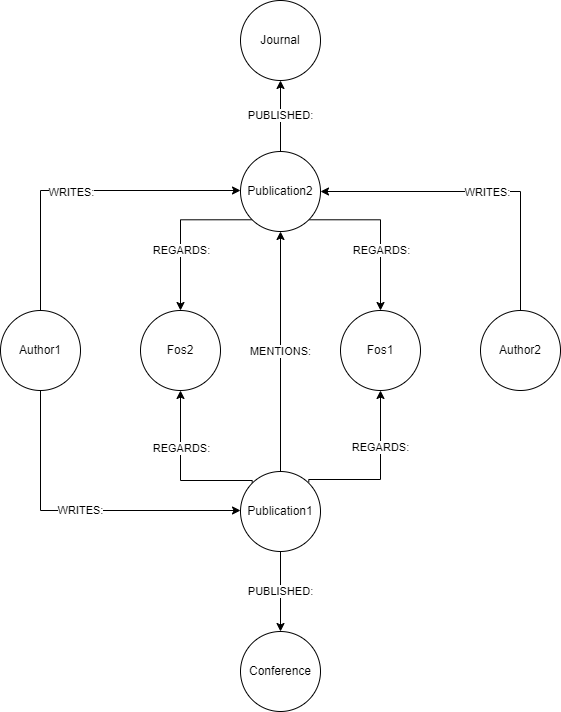
The draw.io diagram Report/Images/graphDiagram.png in neekoo0/SMBUDproject22-23, before a commit. Source tidied: cells renumbered, new cells last; positions are measured from the earlier drawing's top-left corner, leaving out a move shared by most shapes.
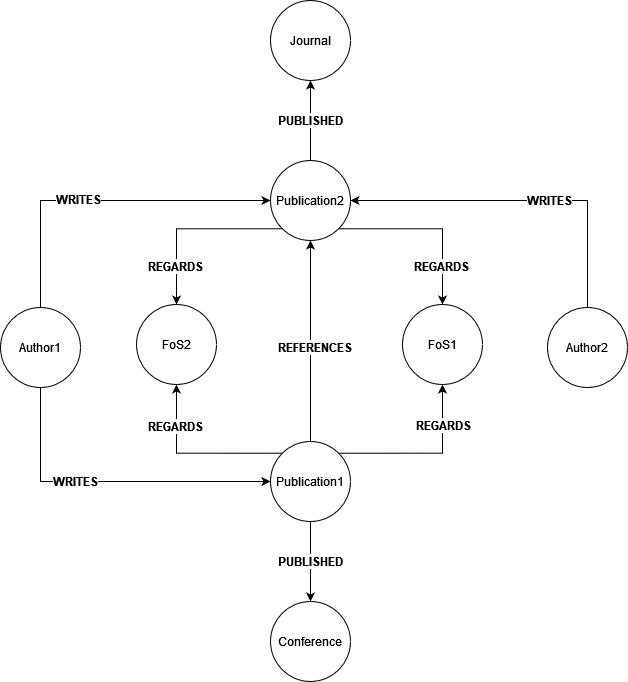
After the change.

What changed in the source:
```diff
@@ -2,111 +2,99 @@
   <root>
     <mxCell id="0" />
     <mxCell id="1" parent="0" />
+    <mxCell id="25" style="edgeStyle=orthogonalEdgeStyle;rounded=0;jettySize=auto;html=1;exitX=0;exitY=1;exitDx=0;exitDy=0;entryX=0.5;entryY=0;entryDx=0;entryDy=0;fontSize=12;" parent="1" edge="1" source="14" target="34">
+      <mxGeometry relative="1" as="geometry" />
+    </mxCell>
+    <mxCell id="26" value="&lt;b&gt;REGARDS&lt;/b&gt;" style="edgeLabel;html=1;align=center;verticalAlign=middle;fontSize=12;" parent="25" vertex="1">
+      <mxGeometry x="0.49" y="-2" relative="1" as="geometry">
+        <mxPoint y="8" as="offset" />
+      </mxGeometry>
+    </mxCell>
+    <mxCell id="27" style="edgeStyle=orthogonalEdgeStyle;rounded=0;jettySize=auto;html=1;exitX=1;exitY=1;exitDx=0;exitDy=0;entryX=0.5;entryY=0;entryDx=0;entryDy=0;fontSize=12;" parent="1" edge="1" source="14" target="35">
+      <mxGeometry relative="1" as="geometry" />
+    </mxCell>
+    <mxCell id="28" value="&lt;b&gt;REGARDS&lt;/b&gt;" style="edgeLabel;html=1;align=center;verticalAlign=middle;fontSize=12;" parent="27" vertex="1">
+      <mxGeometry y="-4" relative="1" as="geometry">
+        <mxPoint x="12" y="33" as="offset" />
+      </mxGeometry>
+    </mxCell>
+    <mxCell id="9" value="&lt;b&gt;PUBLISHED&lt;/b&gt;" style="edgeStyle=orthogonalEdgeStyle;rounded=0;jettySize=auto;html=1;exitX=0.5;exitY=0;exitDx=0;exitDy=0;entryX=0.5;entryY=1;entryDx=0;entryDy=0;fontSize=12;" parent="1" edge="1" source="14" target="17">
+      <mxGeometry relative="1" as="geometry" />
+    </mxCell>
+    <mxCell id="14" value="Publication2" style="ellipse;whiteSpace=wrap;html=1;" parent="1" vertex="1">
+      <mxGeometry x="294" y="149" width="80" height="80" as="geometry" />
+    </mxCell>
+    <mxCell id="22" style="edgeStyle=orthogonalEdgeStyle;rounded=0;jettySize=auto;html=1;exitX=0.5;exitY=0;exitDx=0;exitDy=0;entryX=0.5;entryY=1;entryDx=0;entryDy=0;" parent="1" edge="1" source="23" target="14">
+      <mxGeometry relative="1" as="geometry" />
+    </mxCell>
+    <mxCell id="29" value="&lt;font size=&quot;1&quot;&gt;&lt;b style=&quot;font-size: 12px;&quot;&gt;REFERENCES&lt;/b&gt;&lt;/font&gt;" style="edgeLabel;html=1;align=center;verticalAlign=middle;" parent="22" vertex="1">
+      <mxGeometry x="-0.24" y="-3" relative="1" as="geometry">
+        <mxPoint y="-19" as="offset" />
+      </mxGeometry>
+    </mxCell>
+    <mxCell id="30" style="edgeStyle=orthogonalEdgeStyle;rounded=0;jettySize=auto;html=1;exitX=1;exitY=0;exitDx=0;exitDy=0;entryX=0.5;entryY=1;entryDx=0;entryDy=0;fontSize=12;" parent="1" edge="1" source="23" target="35">
+      <mxGeometry relative="1" as="geometry" />
+    </mxCell>
+    <mxCell id="31" value="&lt;b&gt;REGARDS&lt;/b&gt;" style="edgeLabel;html=1;align=center;verticalAlign=middle;fontSize=12;" parent="30" vertex="1">
+      <mxGeometry x="0.36" relative="1" as="geometry">
+        <mxPoint y="-14" as="offset" />
+      </mxGeometry>
+    </mxCell>
+    <mxCell id="32" style="edgeStyle=orthogonalEdgeStyle;rounded=0;jettySize=auto;html=1;exitX=0;exitY=0;exitDx=0;exitDy=0;entryX=0.5;entryY=1;entryDx=0;entryDy=0;fontSize=12;" parent="1" edge="1" source="23" target="34">
+      <mxGeometry relative="1" as="geometry" />
+    </mxCell>
+    <mxCell id="33" value="&lt;b&gt;REGARDS&lt;/b&gt;" style="edgeLabel;html=1;align=center;verticalAlign=middle;fontSize=12;" parent="32" vertex="1">
+      <mxGeometry x="0.28" y="-1" relative="1" as="geometry">
+        <mxPoint x="-3" y="-22" as="offset" />
+      </mxGeometry>
+    </mxCell>
+    <mxCell id="18" value="&lt;b&gt;PUBLISHED&lt;/b&gt;" style="edgeStyle=orthogonalEdgeStyle;rounded=0;jettySize=auto;html=1;exitX=0.5;exitY=1;exitDx=0;exitDy=0;entryX=0.5;entryY=0;entryDx=0;entryDy=0;fontSize=12;" parent="1" edge="1" source="23" target="16">
+      <mxGeometry relative="1" as="geometry" />
+    </mxCell>
+    <mxCell id="23" value="Publication1" style="ellipse;whiteSpace=wrap;html=1;" parent="1" vertex="1">
+      <mxGeometry x="294" y="430" width="80" height="80" as="geometry" />
+    </mxCell>
+    <mxCell id="34" value="FoS2" style="ellipse;whiteSpace=wrap;html=1;fontSize=12;" parent="1" vertex="1">
+      <mxGeometry x="160" y="293" width="80" height="80" as="geometry" />
+    </mxCell>
+    <mxCell id="35" value="FoS1" style="ellipse;whiteSpace=wrap;html=1;fontSize=12;" parent="1" vertex="1">
+      <mxGeometry x="426" y="293" width="80" height="80" as="geometry" />
+    </mxCell>
+    <mxCell id="3" style="edgeStyle=orthogonalEdgeStyle;rounded=0;jettySize=auto;html=1;exitX=0.5;exitY=0;exitDx=0;exitDy=0;entryX=0;entryY=0.5;entryDx=0;entryDy=0;fontSize=12;" parent="1" edge="1" source="5" target="14">
+      <mxGeometry relative="1" as="geometry" />
+    </mxCell>
+    <mxCell id="36" value="&lt;b&gt;WRITES&lt;/b&gt;" style="edgeLabel;html=1;align=center;verticalAlign=middle;fontSize=12;" parent="3" vertex="1">
+      <mxGeometry x="0.15" y="-2" relative="1" as="geometry">
+        <mxPoint x="-50" y="-4" as="offset" />
+      </mxGeometry>
+    </mxCell>
-    <mxCell id="2" value="WRITES:" style="edgeStyle=orthogonalEdgeStyle;rounded=0;jettySize=auto;html=1;exitX=0.5;exitY=1;exitDx=0;exitDy=0;" parent="1" edge="1" source="5" target="23">
-      <mxGeometry relative="1" as="geometry">
-        <Array as="points">
-          <mxPoint x="40" y="510" />
-        </Array>
-      </mxGeometry>
+    <mxCell id="2" style="edgeStyle=orthogonalEdgeStyle;rounded=0;jettySize=auto;html=1;exitX=0.5;exitY=1;exitDx=0;exitDy=0;entryX=0;entryY=0.5;entryDx=0;entryDy=0;fontSize=12;" parent="1" edge="1" source="5" target="23">
+      <mxGeometry relative="1" as="geometry" />
     </mxCell>
-    <mxCell id="3" style="edgeStyle=orthogonalEdgeStyle;rounded=0;jettySize=auto;html=1;exitX=0.5;exitY=0;exitDx=0;exitDy=0;" parent="1" edge="1" source="5" target="14">
-      <mxGeometry relative="1" as="geometry">
-        <Array as="points">
-          <mxPoint x="40" y="190" />
-        </Array>
-      </mxGeometry>
-    </mxCell>
-    <mxCell id="4" value="WRITES:" style="edgeLabel;html=1;align=center;verticalAlign=middle;" parent="3" vertex="1">
-      <mxGeometry x="-0.06" y="-4" relative="1" as="geometry">
-        <mxPoint y="-3" as="offset" />
-      </mxGeometry>
-    </mxCell>
+    <mxCell id="37" value="WRITES" style="edgeLabel;html=1;align=center;verticalAlign=middle;fontSize=12;fontStyle=1;" parent="2" vertex="1">
+      <mxGeometry x="-0.18" relative="1" as="geometry">
+        <mxPoint x="-5" y="-1" as="offset" />
+      </mxGeometry>
+    </mxCell>
-    <mxCell id="5" value="Author1" style="ellipse;whiteSpace=wrap;html=1;" parent="1" vertex="1">
-      <mxGeometry y="310" width="80" height="80" as="geometry" />
+    <mxCell id="5" value="Author1" style="ellipse;whiteSpace=wrap;html=1;fontSize=12;" parent="1" vertex="1">
+      <mxGeometry x="24" y="296" width="80" height="80" as="geometry" />
     </mxCell>
-    <mxCell id="6" style="edgeStyle=orthogonalEdgeStyle;rounded=0;jettySize=auto;html=1;exitX=0.5;exitY=0;exitDx=0;exitDy=0;entryX=1;entryY=0.5;entryDx=0;entryDy=0;" parent="1" edge="1" source="8" target="14">
+    <mxCell id="6" style="edgeStyle=orthogonalEdgeStyle;rounded=0;jettySize=auto;html=1;exitX=0.5;exitY=0;exitDx=0;exitDy=0;entryX=1;entryY=0.5;entryDx=0;entryDy=0;fontSize=12;" parent="1" edge="1" source="8" target="14">
       <mxGeometry relative="1" as="geometry" />
     </mxCell>
-    <mxCell id="7" value="WRITES:" style="edgeLabel;html=1;align=center;verticalAlign=middle;" parent="6" vertex="1">
-      <mxGeometry x="0.01" y="4" relative="1" as="geometry">
-        <mxPoint x="9" y="-4" as="offset" />
-      </mxGeometry>
-    </mxCell>
+    <mxCell id="38" value="&lt;b&gt;WRITES&lt;/b&gt;" style="edgeLabel;html=1;align=center;verticalAlign=middle;fontSize=12;" parent="6" vertex="1">
+      <mxGeometry x="-0.11" y="-3" relative="1" as="geometry">
+        <mxPoint x="7" y="2" as="offset" />
+      </mxGeometry>
+    </mxCell>
-    <mxCell id="8" value="Author2" style="ellipse;whiteSpace=wrap;html=1;" parent="1" vertex="1">
-      <mxGeometry x="480" y="310" width="80" height="80" as="geometry" />
+    <mxCell id="8" value="Author2" style="ellipse;whiteSpace=wrap;html=1;fontSize=12;" parent="1" vertex="1">
+      <mxGeometry x="571" y="296" width="80" height="80" as="geometry" />
     </mxCell>
-    <mxCell id="9" value="PUBLISHED:" style="edgeStyle=orthogonalEdgeStyle;rounded=0;jettySize=auto;html=1;exitX=0.5;exitY=0;exitDx=0;exitDy=0;entryX=0.5;entryY=1;entryDx=0;entryDy=0;" parent="1" edge="1" source="14" target="17">
-      <mxGeometry relative="1" as="geometry" />
-    </mxCell>
-    <mxCell id="10" style="edgeStyle=orthogonalEdgeStyle;rounded=0;jettySize=auto;html=1;exitX=0;exitY=1;exitDx=0;exitDy=0;entryX=0.5;entryY=0;entryDx=0;entryDy=0;" parent="1" edge="1" source="14" target="24">
-      <mxGeometry relative="1" as="geometry">
-        <Array as="points">
-          <mxPoint x="180" y="219" />
-        </Array>
-      </mxGeometry>
-    </mxCell>
-    <mxCell id="11" value="REGARDS:" style="edgeLabel;html=1;align=center;verticalAlign=middle;" parent="10" vertex="1">
-      <mxGeometry x="0.08" y="-1" relative="1" as="geometry">
-        <mxPoint x="1" y="15" as="offset" />
-      </mxGeometry>
-    </mxCell>
-    <mxCell id="12" style="edgeStyle=orthogonalEdgeStyle;rounded=0;jettySize=auto;html=1;exitX=1;exitY=1;exitDx=0;exitDy=0;entryX=0.5;entryY=0;entryDx=0;entryDy=0;" parent="1" edge="1" source="14" target="15">
-      <mxGeometry relative="1" as="geometry">
-        <Array as="points">
-          <mxPoint x="380" y="219" />
-        </Array>
-      </mxGeometry>
-    </mxCell>
-    <mxCell id="13" value="REGARDS:" style="edgeLabel;html=1;align=center;verticalAlign=middle;" parent="12" vertex="1">
-      <mxGeometry x="0.05" relative="1" as="geometry">
-        <mxPoint y="17" as="offset" />
-      </mxGeometry>
-    </mxCell>
-    <mxCell id="14" value="Publication2" style="ellipse;whiteSpace=wrap;html=1;" parent="1" vertex="1">
-      <mxGeometry x="240" y="151" width="80" height="80" as="geometry" />
-    </mxCell>
-    <mxCell id="15" value="Fos1" style="ellipse;whiteSpace=wrap;html=1;" parent="1" vertex="1">
-      <mxGeometry x="340" y="310" width="80" height="80" as="geometry" />
-    </mxCell>
+    <mxCell id="17" value="Journal" style="ellipse;whiteSpace=wrap;html=1;fontSize=12;" parent="1" vertex="1">
+      <mxGeometry x="294" y="-11" width="80" height="80" as="geometry" />
+    </mxCell>
-    <mxCell id="16" value="Conference" style="ellipse;whiteSpace=wrap;html=1;" parent="1" vertex="1">
-      <mxGeometry x="240" y="631" width="80" height="80" as="geometry" />
+    <mxCell id="16" value="Conference" style="ellipse;whiteSpace=wrap;html=1;fontSize=12;" parent="1" vertex="1">
+      <mxGeometry x="294" y="590" width="80" height="80" as="geometry" />
     </mxCell>
-    <mxCell id="17" value="Journal" style="ellipse;whiteSpace=wrap;html=1;" parent="1" vertex="1">
-      <mxGeometry x="240" width="80" height="80" as="geometry" />
-    </mxCell>
-    <mxCell id="18" value="PUBLISHED:" style="edgeStyle=orthogonalEdgeStyle;rounded=0;jettySize=auto;html=1;exitX=0.5;exitY=1;exitDx=0;exitDy=0;" parent="1" edge="1" source="23" target="16">
-      <mxGeometry relative="1" as="geometry" />
-    </mxCell>
-    <mxCell id="19" style="edgeStyle=orthogonalEdgeStyle;rounded=0;jettySize=auto;html=1;exitX=0;exitY=0;exitDx=0;exitDy=0;entryX=0.5;entryY=1;entryDx=0;entryDy=0;" parent="1" edge="1" source="23" target="24">
-      <mxGeometry relative="1" as="geometry">
-        <Array as="points">
-          <mxPoint x="252" y="480" />
-          <mxPoint x="180" y="480" />
-        </Array>
-      </mxGeometry>
-    </mxCell>
-    <mxCell id="20" value="REGARDS:" style="edgeLabel;html=1;align=center;verticalAlign=middle;" parent="19" vertex="1">
-      <mxGeometry x="0.25" y="2" relative="1" as="geometry">
-        <mxPoint x="2" y="-4" as="offset" />
-      </mxGeometry>
-    </mxCell>
-    <mxCell id="21" value="REGARDS:" style="edgeStyle=orthogonalEdgeStyle;rounded=0;jettySize=auto;html=1;exitX=1;exitY=0;exitDx=0;exitDy=0;entryX=0.5;entryY=1;entryDx=0;entryDy=0;" parent="1" edge="1" target="15">
-      <mxGeometry x="0.29" relative="1" as="geometry">
-        <mxPoint x="308.3" y="481.7" as="sourcePoint" />
-        <Array as="points">
-          <mxPoint x="308" y="479" />
-          <mxPoint x="380" y="479" />
-        </Array>
-      </mxGeometry>
-    </mxCell>
-    <mxCell id="22" value="MENTIONS:" style="edgeStyle=orthogonalEdgeStyle;rounded=0;jettySize=auto;html=1;exitX=0.5;exitY=0;exitDx=0;exitDy=0;" parent="1" edge="1" source="23" target="14">
-      <mxGeometry relative="1" as="geometry" />
-    </mxCell>
-    <mxCell id="23" value="Publication1" style="ellipse;whiteSpace=wrap;html=1;" parent="1" vertex="1">
-      <mxGeometry x="240" y="471" width="80" height="80" as="geometry" />
-    </mxCell>
-    <mxCell id="24" value="Fos2" style="ellipse;whiteSpace=wrap;html=1;" parent="1" vertex="1">
-      <mxGeometry x="140" y="310" width="80" height="80" as="geometry" />
-    </mxCell>
   </root>
 </mxGraphModel>
```
